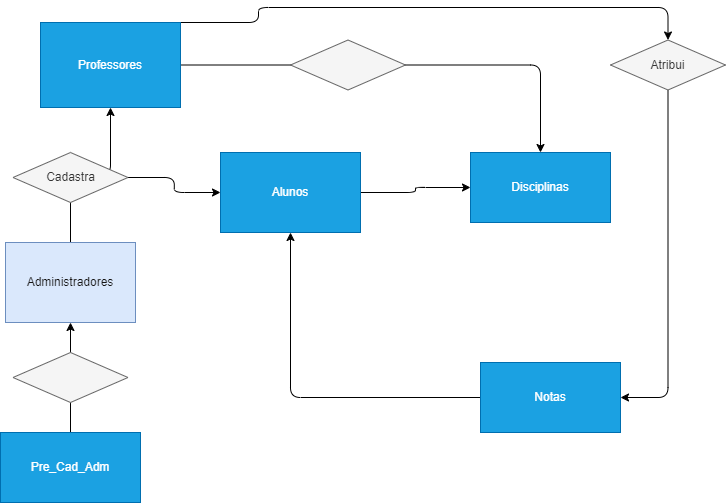
This is escola_completo/src/main/resources/ModeloBanco.drawio.png from Hunter7210/Java_Spring-Study, a draw.io export, as it was before one commit. Source tidied: cells renumbered, new cells last; positions are measured from the earlier drawing's top-left corner, leaving out a move shared by most shapes. Its diagram source:
```xml
<mxGraphModel>
  <root>
    <mxCell id="0" />
    <mxCell id="1" parent="0" />
    <mxCell id="2" style="edgeStyle=orthogonalEdgeStyle;html=1;fontColor=#171616;" parent="1" edge="1" source="3" target="10">
      <mxGeometry relative="1" as="geometry" />
    </mxCell>
    <mxCell id="3" value="Administradores" style="whiteSpace=wrap;html=1;fillColor=#dae8fc;strokeColor=#6c8ebf;rounded=0;glass=0;shadow=0;fontColor=#171616;" parent="1" vertex="1">
      <mxGeometry x="5" y="235" width="130" height="80" as="geometry" />
    </mxCell>
    <mxCell id="4" style="edgeStyle=orthogonalEdgeStyle;html=1;fontColor=#171616;" parent="1" edge="1" source="5" target="3">
      <mxGeometry relative="1" as="geometry" />
    </mxCell>
    <mxCell id="5" value="Pre_Cad_Adm" style="whiteSpace=wrap;html=1;fillColor=#1ba1e2;fontColor=#ffffff;strokeColor=#006EAF;" parent="1" vertex="1">
      <mxGeometry y="425" width="140" height="70" as="geometry" />
    </mxCell>
    <mxCell id="6" style="edgeStyle=orthogonalEdgeStyle;html=1;fontColor=#171616;" parent="1" edge="1" source="7" target="11">
      <mxGeometry relative="1" as="geometry" />
    </mxCell>
    <mxCell id="7" value="Alunos" style="fillColor=#1ba1e2;fontColor=#ffffff;strokeColor=#006EAF;labelBackgroundColor=none;labelBorderColor=none;whiteSpace=wrap;html=1;" parent="1" vertex="1">
      <mxGeometry x="220" y="145" width="140" height="80" as="geometry" />
    </mxCell>
    <mxCell id="8" style="edgeStyle=orthogonalEdgeStyle;html=1;fontColor=#171616;" parent="1" edge="1" source="10" target="11">
      <mxGeometry relative="1" as="geometry" />
    </mxCell>
    <mxCell id="9" style="edgeStyle=orthogonalEdgeStyle;html=1;fontColor=#171616;" parent="1" edge="1" source="10" target="19">
      <mxGeometry relative="1" as="geometry">
        <Array as="points">
          <mxPoint x="258" y="15" />
          <mxPoint x="258" />
        </Array>
      </mxGeometry>
    </mxCell>
    <mxCell id="10" value="Professores" style="whiteSpace=wrap;html=1;fillColor=#1ba1e2;fontColor=#ffffff;strokeColor=#006EAF;" parent="1" vertex="1">
      <mxGeometry x="40" y="15" width="140" height="85" as="geometry" />
    </mxCell>
    <mxCell id="11" value="Disciplinas" style="whiteSpace=wrap;html=1;fillColor=#1ba1e2;fontColor=#ffffff;strokeColor=#006EAF;" parent="1" vertex="1">
      <mxGeometry x="470" y="145" width="140" height="70" as="geometry" />
    </mxCell>
    <mxCell id="12" style="edgeStyle=orthogonalEdgeStyle;html=1;fontColor=#171616;" parent="1" edge="1" source="13" target="7">
      <mxGeometry relative="1" as="geometry" />
    </mxCell>
    <mxCell id="13" value="Notas" style="whiteSpace=wrap;html=1;fillColor=#1ba1e2;fontColor=#ffffff;strokeColor=#006EAF;" parent="1" vertex="1">
      <mxGeometry x="480" y="355" width="140" height="70" as="geometry" />
    </mxCell>
    <mxCell id="14" style="rhombus;whiteSpace=wrap;html=1;rounded=0;shadow=0;glass=0;labelBackgroundColor=none;labelBorderColor=none;sketch=0;fontColor=#333333;fillColor=#f5f5f5;strokeColor=#666666;" parent="1" vertex="1">
      <mxGeometry x="12.5" y="345" width="115" height="50" as="geometry" />
    </mxCell>
    <mxCell id="15" style="edgeStyle=orthogonalEdgeStyle;html=1;entryX=0;entryY=0.5;entryDx=0;entryDy=0;fontColor=#171616;" parent="1" edge="1" source="16" target="7">
      <mxGeometry relative="1" as="geometry" />
    </mxCell>
    <mxCell id="16" value="Cadastra" style="rhombus;whiteSpace=wrap;html=1;rounded=0;shadow=0;glass=0;labelBackgroundColor=none;labelBorderColor=none;sketch=0;fontColor=#333333;fillColor=#f5f5f5;strokeColor=#666666;" parent="1" vertex="1">
      <mxGeometry x="12.5" y="145" width="115" height="50" as="geometry" />
    </mxCell>
    <mxCell id="17" style="rhombus;whiteSpace=wrap;html=1;rounded=0;shadow=0;glass=0;labelBackgroundColor=none;labelBorderColor=none;sketch=0;fontColor=#333333;fillColor=#f5f5f5;strokeColor=#666666;" parent="1" vertex="1">
      <mxGeometry x="290" y="32.5" width="115" height="50" as="geometry" />
    </mxCell>
    <mxCell id="18" style="edgeStyle=orthogonalEdgeStyle;html=1;entryX=1;entryY=0.5;entryDx=0;entryDy=0;fontColor=#171616;" parent="1" edge="1" source="19" target="13">
      <mxGeometry relative="1" as="geometry" />
    </mxCell>
    <mxCell id="19" value="Atribui" style="rhombus;whiteSpace=wrap;html=1;rounded=0;shadow=0;glass=0;labelBackgroundColor=none;labelBorderColor=none;sketch=0;fontColor=#333333;fillColor=#f5f5f5;strokeColor=#666666;" parent="1" vertex="1">
      <mxGeometry x="610" y="32.5" width="115" height="50" as="geometry" />
    </mxCell>
  </root>
</mxGraphModel>
```
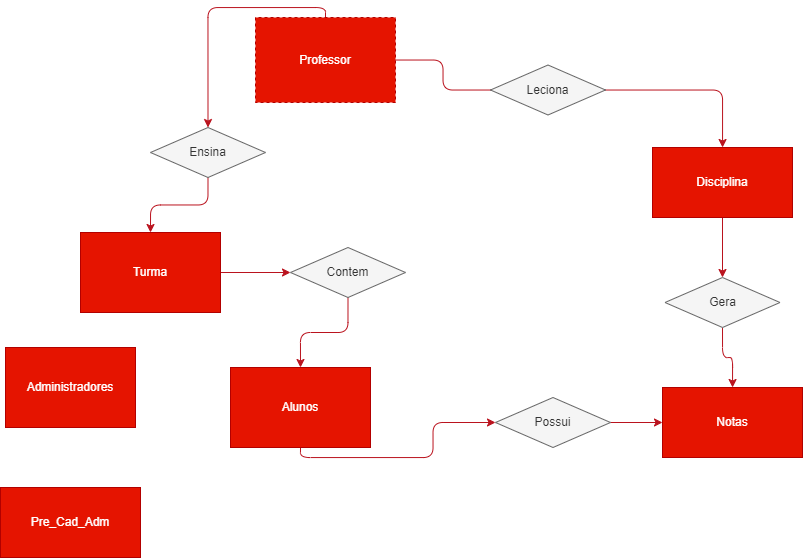
After the change.

What changed in the source:
```diff
@@ -2,64 +2,71 @@
   <root>
     <mxCell id="0" />
     <mxCell id="1" parent="0" />
-    <mxCell id="2" style="edgeStyle=orthogonalEdgeStyle;html=1;fontColor=#171616;" parent="1" edge="1" source="3" target="10">
-      <mxGeometry relative="1" as="geometry" />
-    </mxCell>
-    <mxCell id="3" value="Administradores" style="whiteSpace=wrap;html=1;fillColor=#dae8fc;strokeColor=#6c8ebf;rounded=0;glass=0;shadow=0;fontColor=#171616;" parent="1" vertex="1">
-      <mxGeometry x="5" y="235" width="130" height="80" as="geometry" />
+    <mxCell id="3" value="Administradores" style="whiteSpace=wrap;html=1;fillColor=#e51400;strokeColor=#B20000;rounded=0;glass=0;shadow=0;fontColor=#ffffff;" parent="1" vertex="1">
+      <mxGeometry x="-25" y="315" width="130" height="80" as="geometry" />
     </mxCell>
-    <mxCell id="4" style="edgeStyle=orthogonalEdgeStyle;html=1;fontColor=#171616;" parent="1" edge="1" source="5" target="3">
-      <mxGeometry relative="1" as="geometry" />
-    </mxCell>
-    <mxCell id="5" value="Pre_Cad_Adm" style="whiteSpace=wrap;html=1;fillColor=#1ba1e2;fontColor=#ffffff;strokeColor=#006EAF;" parent="1" vertex="1">
-      <mxGeometry y="425" width="140" height="70" as="geometry" />
+    <mxCell id="5" value="Pre_Cad_Adm" style="whiteSpace=wrap;html=1;fillColor=#e51400;fontColor=#ffffff;strokeColor=#B20000;" parent="1" vertex="1">
+      <mxGeometry x="-30" y="455" width="140" height="70" as="geometry" />
     </mxCell>
-    <mxCell id="6" style="edgeStyle=orthogonalEdgeStyle;html=1;fontColor=#171616;" parent="1" edge="1" source="7" target="11">
-      <mxGeometry relative="1" as="geometry" />
-    </mxCell>
+    <mxCell id="20" style="edgeStyle=orthogonalEdgeStyle;html=1;exitX=0.5;exitY=1;exitDx=0;exitDy=0;entryX=0;entryY=0.5;entryDx=0;entryDy=0;fillColor=#6d8764;strokeColor=#BA131E;" parent="1" edge="1" source="7" target="25">
+      <mxGeometry relative="1" as="geometry" />
+    </mxCell>
-    <mxCell id="7" value="Alunos" style="fillColor=#1ba1e2;fontColor=#ffffff;strokeColor=#006EAF;labelBackgroundColor=none;labelBorderColor=none;whiteSpace=wrap;html=1;" parent="1" vertex="1">
-      <mxGeometry x="220" y="145" width="140" height="80" as="geometry" />
+    <mxCell id="7" value="Alunos" style="fillColor=#e51400;fontColor=#ffffff;strokeColor=#B20000;labelBackgroundColor=none;labelBorderColor=none;whiteSpace=wrap;html=1;" parent="1" vertex="1">
+      <mxGeometry x="200" y="335" width="140" height="80" as="geometry" />
     </mxCell>
-    <mxCell id="8" style="edgeStyle=orthogonalEdgeStyle;html=1;fontColor=#171616;" parent="1" edge="1" source="10" target="11">
+    <mxCell id="8" style="edgeStyle=orthogonalEdgeStyle;html=1;fontColor=#171616;startArrow=none;fillColor=#6d8764;strokeColor=#BA131E;" parent="1" edge="1" source="17" target="11">
       <mxGeometry relative="1" as="geometry" />
     </mxCell>
-    <mxCell id="9" style="edgeStyle=orthogonalEdgeStyle;html=1;fontColor=#171616;" parent="1" edge="1" source="10" target="19">
-      <mxGeometry relative="1" as="geometry">
-        <Array as="points">
-          <mxPoint x="258" y="15" />
-          <mxPoint x="258" />
-        </Array>
-      </mxGeometry>
+    <mxCell id="9" style="edgeStyle=orthogonalEdgeStyle;html=1;exitX=0.5;exitY=1;exitDx=0;exitDy=0;entryX=0.5;entryY=0;entryDx=0;entryDy=0;fillColor=#6d8764;strokeColor=#BA131E;" parent="1" edge="1" source="10" target="19">
+      <mxGeometry relative="1" as="geometry" />
     </mxCell>
+    <mxCell id="21" style="edgeStyle=orthogonalEdgeStyle;html=1;exitX=0.5;exitY=1;exitDx=0;exitDy=0;entryX=0.5;entryY=0;entryDx=0;entryDy=0;fillColor=#6d8764;strokeColor=#BA131E;" parent="1" edge="1" source="11" target="15">
+      <mxGeometry relative="1" as="geometry" />
+    </mxCell>
+    <mxCell id="11" value="Disciplina" style="whiteSpace=wrap;html=1;fillColor=#e51400;fontColor=#ffffff;strokeColor=#B20000;" parent="1" vertex="1">
+      <mxGeometry x="622" y="115" width="140" height="70" as="geometry" />
+    </mxCell>
+    <mxCell id="13" value="Notas" style="whiteSpace=wrap;html=1;fillColor=#e51400;fontColor=#ffffff;strokeColor=#B20000;" parent="1" vertex="1">
+      <mxGeometry x="632" y="355" width="140" height="70" as="geometry" />
+    </mxCell>
+    <mxCell id="22" style="edgeStyle=orthogonalEdgeStyle;html=1;exitX=0.5;exitY=1;exitDx=0;exitDy=0;entryX=0.5;entryY=0;entryDx=0;entryDy=0;fillColor=#6d8764;strokeColor=#BA131E;" parent="1" edge="1" source="19" target="27">
+      <mxGeometry relative="1" as="geometry" />
+    </mxCell>
+    <mxCell id="19" value="Ensina" style="rhombus;whiteSpace=wrap;html=1;rounded=0;shadow=0;glass=0;labelBackgroundColor=none;labelBorderColor=none;fontColor=#333333;fillColor=#f5f5f5;strokeColor=#666666;" parent="1" vertex="1">
+      <mxGeometry x="120" y="95" width="115" height="50" as="geometry" />
+    </mxCell>
+    <mxCell id="23" style="edgeStyle=orthogonalEdgeStyle;html=1;exitX=0.5;exitY=1;exitDx=0;exitDy=0;fillColor=#6d8764;strokeColor=#BA131E;" parent="1" edge="1" source="15" target="13">
+      <mxGeometry relative="1" as="geometry" />
+    </mxCell>
+    <mxCell id="15" value="Gera" style="rhombus;whiteSpace=wrap;html=1;rounded=0;shadow=0;glass=0;labelBackgroundColor=none;labelBorderColor=none;fontColor=#333333;fillColor=#f5f5f5;strokeColor=#666666;" parent="1" vertex="1">
+      <mxGeometry x="634.5" y="245" width="115" height="50" as="geometry" />
+    </mxCell>
+    <mxCell id="24" style="edgeStyle=orthogonalEdgeStyle;html=1;exitX=1;exitY=0.5;exitDx=0;exitDy=0;entryX=0;entryY=0.5;entryDx=0;entryDy=0;fillColor=#6d8764;strokeColor=#BA131E;" parent="1" edge="1" source="25" target="13">
+      <mxGeometry relative="1" as="geometry" />
+    </mxCell>
+    <mxCell id="25" value="Possui" style="rhombus;whiteSpace=wrap;html=1;rounded=0;shadow=0;glass=0;labelBackgroundColor=none;labelBorderColor=none;fontColor=#333333;fillColor=#f5f5f5;strokeColor=#666666;" parent="1" vertex="1">
+      <mxGeometry x="465" y="365" width="115" height="50" as="geometry" />
+    </mxCell>
+    <mxCell id="26" style="edgeStyle=orthogonalEdgeStyle;html=1;exitX=1;exitY=0.5;exitDx=0;exitDy=0;fillColor=#6d8764;strokeColor=#BA131E;" parent="1" edge="1" source="27" target="30">
+      <mxGeometry relative="1" as="geometry" />
+    </mxCell>
+    <mxCell id="27" value="Turma" style="fillColor=#e51400;fontColor=#ffffff;strokeColor=#B20000;labelBackgroundColor=none;labelBorderColor=none;whiteSpace=wrap;html=1;" parent="1" vertex="1">
+      <mxGeometry x="50" y="200" width="140" height="80" as="geometry" />
+    </mxCell>
+    <mxCell id="28" style="edgeStyle=orthogonalEdgeStyle;html=1;fontColor=#171616;endArrow=none;fillColor=#6d8764;strokeColor=#BA131E;" parent="1" edge="1" source="10" target="17">
+      <mxGeometry relative="1" as="geometry" />
+    </mxCell>
+    <mxCell id="17" value="Leciona" style="rhombus;whiteSpace=wrap;html=1;rounded=0;shadow=0;glass=0;labelBackgroundColor=none;labelBorderColor=none;fillColor=#f5f5f5;strokeColor=#666666;fontColor=#333333;" parent="1" vertex="1">
+      <mxGeometry x="460" y="32.5" width="115" height="50" as="geometry" />
+    </mxCell>
+    <mxCell id="29" style="edgeStyle=orthogonalEdgeStyle;html=1;exitX=0.5;exitY=1;exitDx=0;exitDy=0;entryX=0.5;entryY=0;entryDx=0;entryDy=0;fillColor=#6d8764;strokeColor=#BA131E;" parent="1" edge="1" source="30" target="7">
+      <mxGeometry relative="1" as="geometry" />
+    </mxCell>
+    <mxCell id="30" value="Contem" style="rhombus;whiteSpace=wrap;html=1;rounded=0;shadow=0;glass=0;labelBackgroundColor=none;labelBorderColor=none;fontColor=#333333;fillColor=#f5f5f5;strokeColor=#666666;" parent="1" vertex="1">
+      <mxGeometry x="260" y="215" width="115" height="50" as="geometry" />
+    </mxCell>
-    <mxCell id="10" value="Professores" style="whiteSpace=wrap;html=1;fillColor=#1ba1e2;fontColor=#ffffff;strokeColor=#006EAF;" parent="1" vertex="1">
-      <mxGeometry x="40" y="15" width="140" height="85" as="geometry" />
+    <mxCell id="10" value="Professor" style="whiteSpace=wrap;html=1;fillStyle=auto;fillColor=#e51400;strokeColor=#B20000;fontColor=#ffffff;dashed=1;rounded=0;glass=0;shadow=0;gradientColor=none;direction=west;" parent="1" vertex="1">
+      <mxGeometry x="225" y="-15" width="140" height="85" as="geometry" />
     </mxCell>
-    <mxCell id="11" value="Disciplinas" style="whiteSpace=wrap;html=1;fillColor=#1ba1e2;fontColor=#ffffff;strokeColor=#006EAF;" parent="1" vertex="1">
-      <mxGeometry x="470" y="145" width="140" height="70" as="geometry" />
-    </mxCell>
-    <mxCell id="12" style="edgeStyle=orthogonalEdgeStyle;html=1;fontColor=#171616;" parent="1" edge="1" source="13" target="7">
-      <mxGeometry relative="1" as="geometry" />
-    </mxCell>
-    <mxCell id="13" value="Notas" style="whiteSpace=wrap;html=1;fillColor=#1ba1e2;fontColor=#ffffff;strokeColor=#006EAF;" parent="1" vertex="1">
-      <mxGeometry x="480" y="355" width="140" height="70" as="geometry" />
-    </mxCell>
-    <mxCell id="14" style="rhombus;whiteSpace=wrap;html=1;rounded=0;shadow=0;glass=0;labelBackgroundColor=none;labelBorderColor=none;sketch=0;fontColor=#333333;fillColor=#f5f5f5;strokeColor=#666666;" parent="1" vertex="1">
-      <mxGeometry x="12.5" y="345" width="115" height="50" as="geometry" />
-    </mxCell>
-    <mxCell id="15" style="edgeStyle=orthogonalEdgeStyle;html=1;entryX=0;entryY=0.5;entryDx=0;entryDy=0;fontColor=#171616;" parent="1" edge="1" source="16" target="7">
-      <mxGeometry relative="1" as="geometry" />
-    </mxCell>
-    <mxCell id="16" value="Cadastra" style="rhombus;whiteSpace=wrap;html=1;rounded=0;shadow=0;glass=0;labelBackgroundColor=none;labelBorderColor=none;sketch=0;fontColor=#333333;fillColor=#f5f5f5;strokeColor=#666666;" parent="1" vertex="1">
-      <mxGeometry x="12.5" y="145" width="115" height="50" as="geometry" />
-    </mxCell>
-    <mxCell id="17" style="rhombus;whiteSpace=wrap;html=1;rounded=0;shadow=0;glass=0;labelBackgroundColor=none;labelBorderColor=none;sketch=0;fontColor=#333333;fillColor=#f5f5f5;strokeColor=#666666;" parent="1" vertex="1">
-      <mxGeometry x="290" y="32.5" width="115" height="50" as="geometry" />
-    </mxCell>
-    <mxCell id="18" style="edgeStyle=orthogonalEdgeStyle;html=1;entryX=1;entryY=0.5;entryDx=0;entryDy=0;fontColor=#171616;" parent="1" edge="1" source="19" target="13">
-      <mxGeometry relative="1" as="geometry" />
-    </mxCell>
-    <mxCell id="19" value="Atribui" style="rhombus;whiteSpace=wrap;html=1;rounded=0;shadow=0;glass=0;labelBackgroundColor=none;labelBorderColor=none;sketch=0;fontColor=#333333;fillColor=#f5f5f5;strokeColor=#666666;" parent="1" vertex="1">
-      <mxGeometry x="610" y="32.5" width="115" height="50" as="geometry" />
-    </mxCell>
   </root>
 </mxGraphModel>
```
